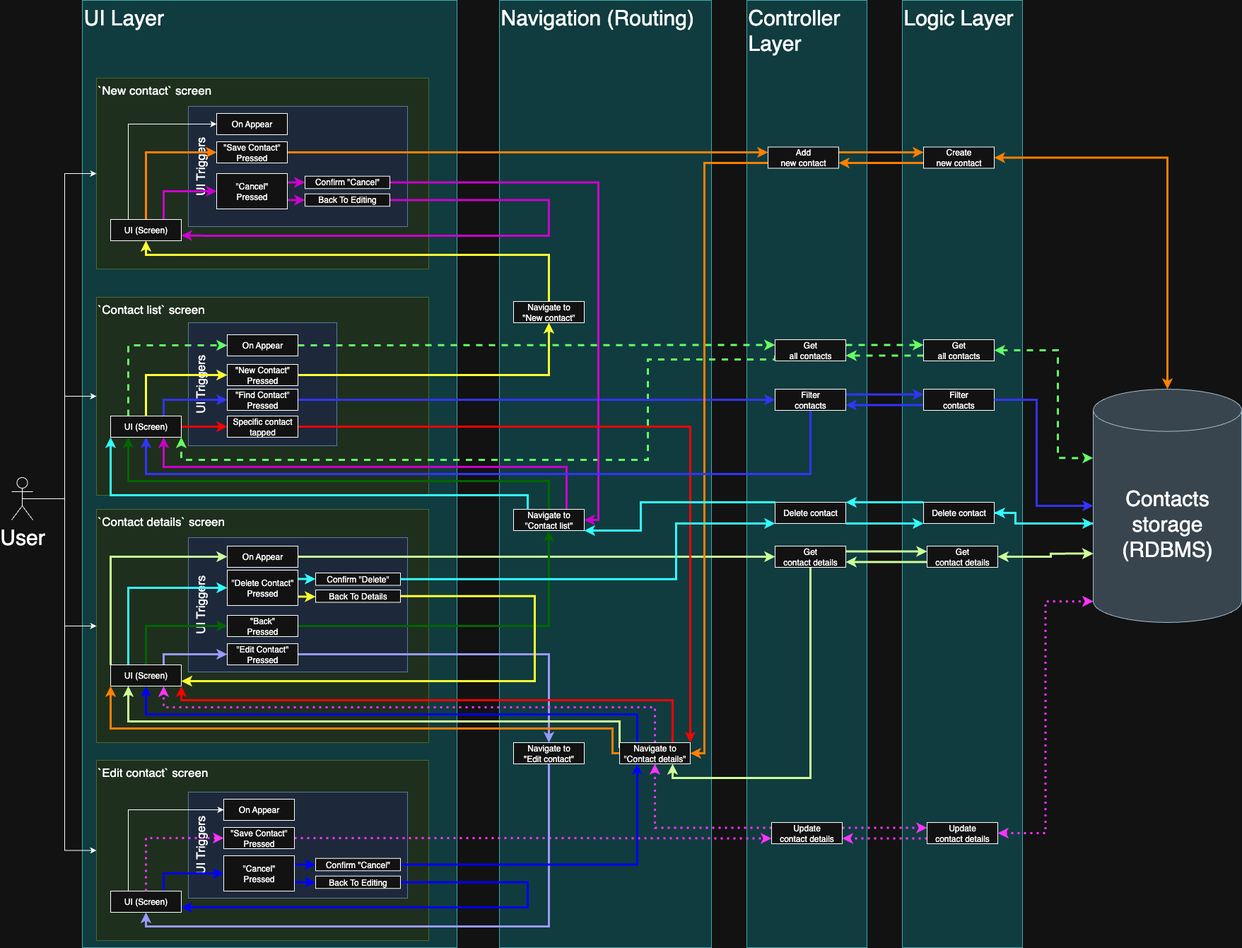
Above: docs/architecture.png in spooozy/pet-phone-book (draw.io), before the change. Source tidied: cells renumbered, new cells last; positions are measured from the earlier drawing's top-left corner, leaving out a move shared by most shapes.
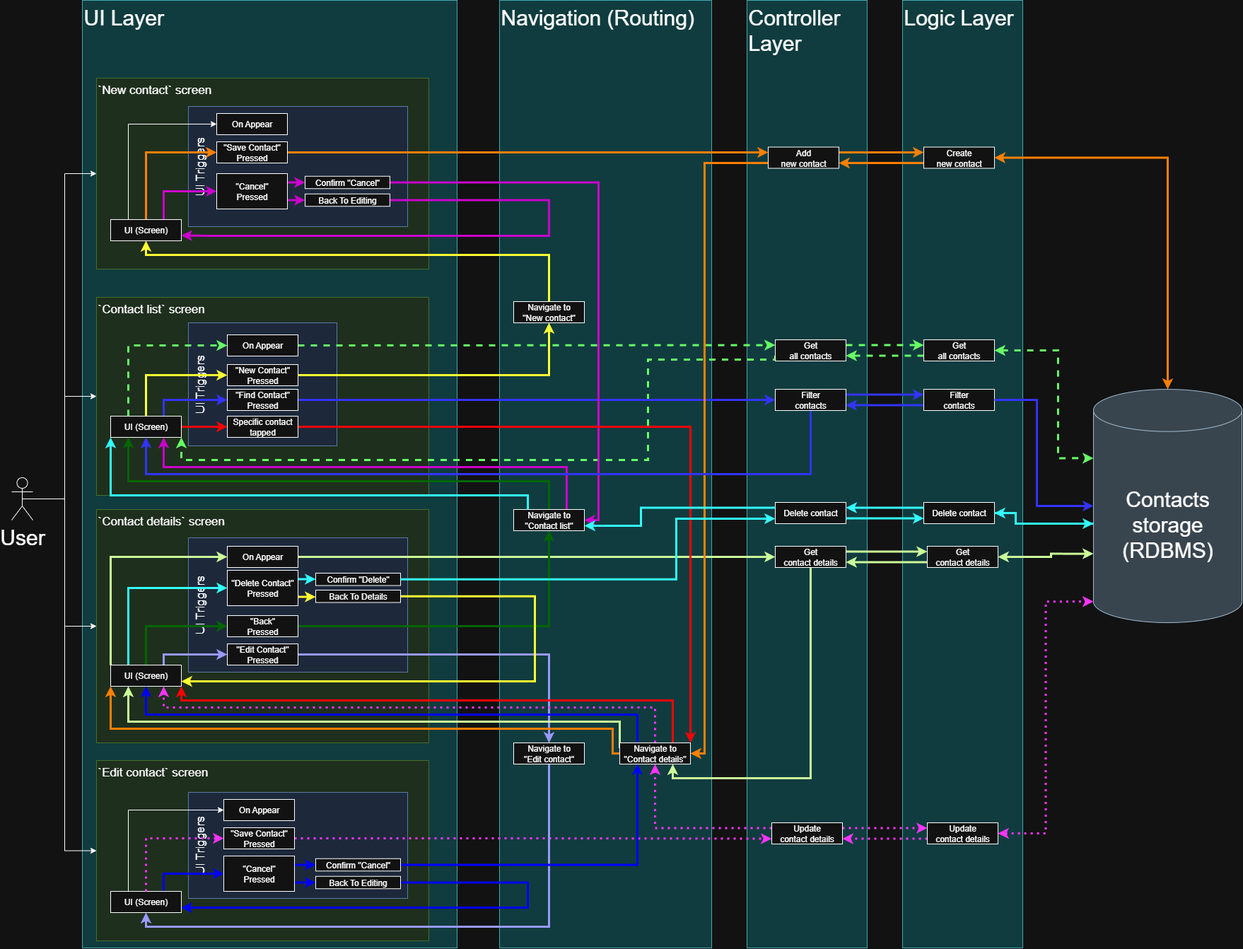
The same file after the commit.

Commit message:
Update ARCHITECTURE.md file, architecture.drawio file, architecture.png file with correcting the mistakes and schema synchronisation

Change to the diagram source:
```diff
@@ -505,11 +505,11 @@
     <mxCell id="122" value="Delete contact" style="rounded=0;whiteSpace=wrap;html=1;" parent="1" vertex="1">
       <mxGeometry x="1290" y="710" width="100" height="30" as="geometry" />
     </mxCell>
-    <mxCell id="123" style="edgeStyle=orthogonalEdgeStyle;rounded=0;jettySize=auto;html=1;exitX=1;exitY=1;exitDx=0;exitDy=0;entryX=0;entryY=1;entryDx=0;entryDy=0;strokeColor=light-dark(#000000,#33FFFF);strokeWidth=3;" parent="1" edge="1" source="121" target="122">
+    <mxCell id="123" style="edgeStyle=orthogonalEdgeStyle;rounded=0;jettySize=auto;html=1;exitX=1;exitY=0.75;exitDx=0;exitDy=0;entryX=0;entryY=0.75;entryDx=0;entryDy=0;strokeColor=light-dark(#000000,#33FFFF);strokeWidth=3;" parent="1" edge="1" source="121" target="122">
       <mxGeometry relative="1" as="geometry">
         <Array as="points">
-          <mxPoint x="1270" y="740" />
-          <mxPoint x="1270" y="740" />
+          <mxPoint x="1240" y="733" />
+          <mxPoint x="1240" y="733" />
         </Array>
       </mxGeometry>
     </mxCell>
@@ -531,27 +531,29 @@
         </Array>
       </mxGeometry>
     </mxCell>
-    <mxCell id="126" style="edgeStyle=orthogonalEdgeStyle;rounded=0;jettySize=auto;html=1;exitX=0;exitY=0;exitDx=0;exitDy=0;entryX=1;entryY=0;entryDx=0;entryDy=0;strokeColor=light-dark(#000000,#33FFFF);strokeWidth=3;" parent="1" edge="1" source="122" target="121">
+    <mxCell id="126" style="edgeStyle=orthogonalEdgeStyle;rounded=0;jettySize=auto;html=1;exitX=0;exitY=0.25;exitDx=0;exitDy=0;entryX=1;entryY=0.25;entryDx=0;entryDy=0;strokeColor=light-dark(#000000,#33FFFF);strokeWidth=3;" parent="1" edge="1" source="122" target="121">
       <mxGeometry relative="1" as="geometry">
         <Array as="points">
-          <mxPoint x="1240" y="710" />
-          <mxPoint x="1240" y="710" />
+          <mxPoint x="1240" y="718" />
+          <mxPoint x="1240" y="718" />
         </Array>
       </mxGeometry>
     </mxCell>
-    <mxCell id="127" style="edgeStyle=orthogonalEdgeStyle;rounded=0;jettySize=auto;html=1;exitX=1;exitY=0.5;exitDx=0;exitDy=0;entryX=0;entryY=1;entryDx=0;entryDy=0;strokeColor=light-dark(#000000,#33FFFF);strokeWidth=3;" parent="1" edge="1" source="113" target="121">
+    <mxCell id="127" style="edgeStyle=orthogonalEdgeStyle;rounded=0;jettySize=auto;html=1;exitX=1;exitY=0.5;exitDx=0;exitDy=0;entryX=0;entryY=0.75;entryDx=0;entryDy=0;strokeColor=light-dark(#000000,#33FFFF);strokeWidth=3;" parent="1" edge="1" source="113" target="121">
       <mxGeometry relative="1" as="geometry">
         <Array as="points">
           <mxPoint x="940" y="819" />
-          <mxPoint x="940" y="740" />
+          <mxPoint x="940" y="733" />
+          <mxPoint x="1080" y="733" />
         </Array>
       </mxGeometry>
     </mxCell>
-    <mxCell id="128" style="edgeStyle=orthogonalEdgeStyle;rounded=0;jettySize=auto;html=1;exitX=0;exitY=0;exitDx=0;exitDy=0;entryX=1;entryY=1;entryDx=0;entryDy=0;strokeColor=light-dark(#000000,#33FFFF);strokeWidth=3;" parent="1" edge="1" source="121" target="116">
+    <mxCell id="128" style="edgeStyle=orthogonalEdgeStyle;rounded=0;jettySize=auto;html=1;exitX=0;exitY=0.25;exitDx=0;exitDy=0;entryX=1;entryY=0.75;entryDx=0;entryDy=0;strokeColor=light-dark(#000000,#33FFFF);strokeWidth=3;" parent="1" edge="1" source="121" target="116">
       <mxGeometry relative="1" as="geometry">
         <Array as="points">
-          <mxPoint x="890" y="710" />
-          <mxPoint x="890" y="750" />
+          <mxPoint x="890" y="718" />
+          <mxPoint x="890" y="743" />
+          <mxPoint x="810" y="743" />
         </Array>
       </mxGeometry>
     </mxCell>
```
